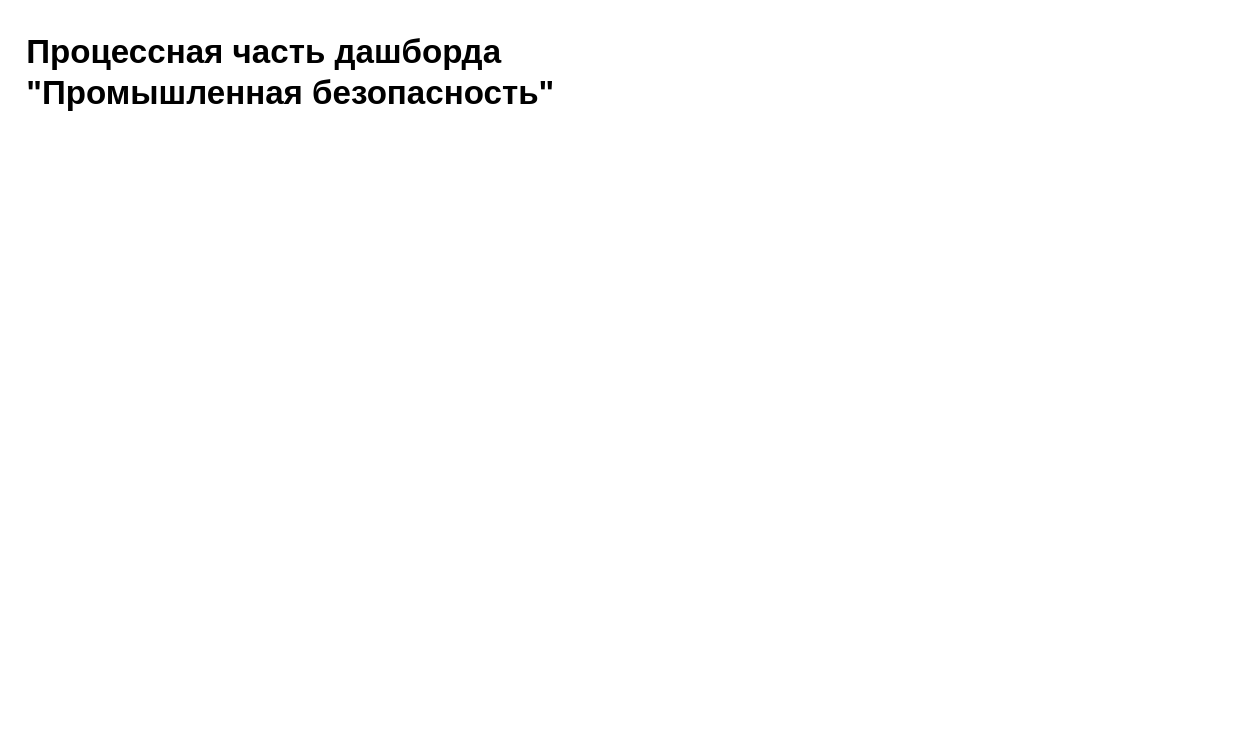
Above: Диаграмма без названияTechHR-29617 Разработать предложение для работы с процессной частью вне дашбордов .drawio in FoggyDisaster/BusinestAnalystDraw (draw.io), before the change. Source tidied: cells renumbered, new cells numbered last; positions are measured from the earlier drawing's top-left corner, leaving out a move shared by most shapes. Both pictures are drawn from the tidied source at 138%, with x=0, y=0 at pixel (23, 23).
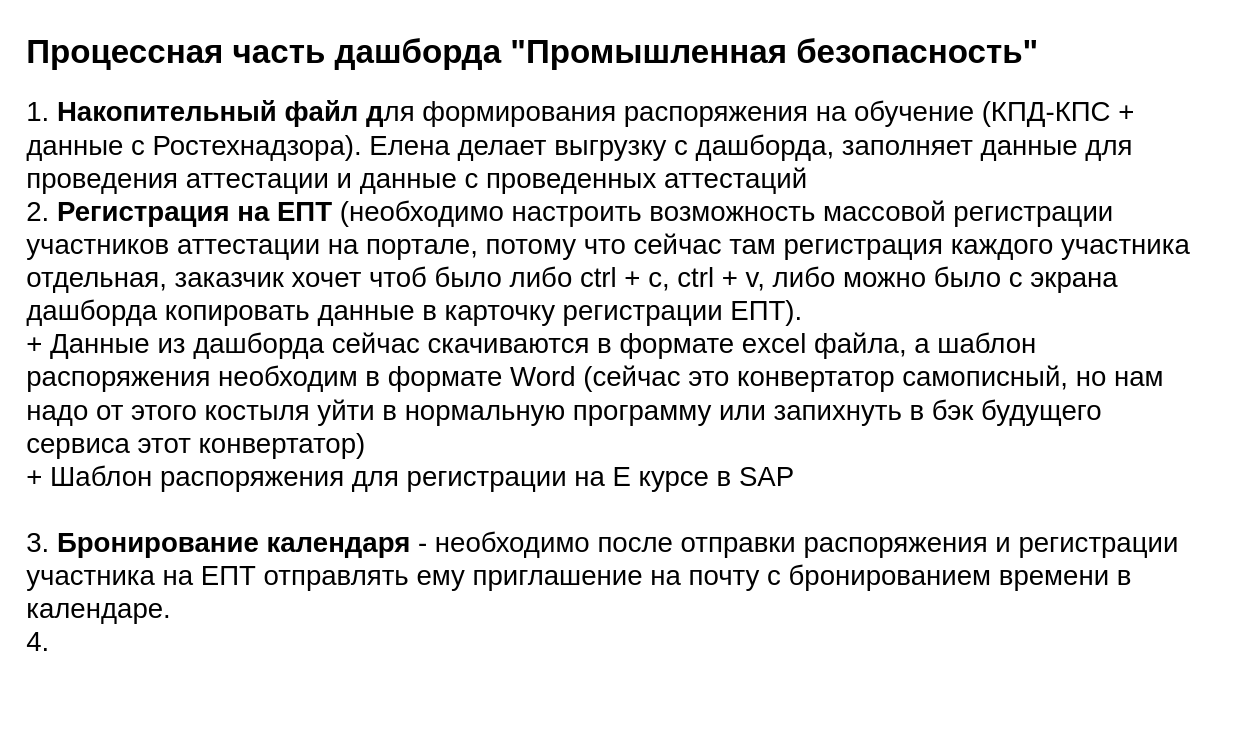
After the change.

The edit, as a diff of the source:
```diff
@@
 <mxGraphModel>
   <root>
     <mxCell id="0" />
     <mxCell id="1" parent="0" />
-    <mxCell id="2" value="&lt;h1 style=&quot;margin-top: 0px;&quot;&gt;Процессная часть дашборда &quot;Промышленная безопасность&quot;&lt;/h1&gt;" style="text;html=1;whiteSpace=wrap;overflow=hidden;rounded=0;" parent="1" vertex="1">
-      <mxGeometry width="440" height="120" as="geometry" />
+    <mxCell id="2" value="&lt;h1 style=&quot;margin-top: 0px;&quot;&gt;Процессная часть дашборда &quot;Промышленная безопасность&quot;&lt;/h1&gt;&lt;div&gt;&lt;font style=&quot;font-size: 20px;&quot;&gt;1.&lt;b&gt; Накопительный файл д&lt;/b&gt;ля формирования распоряжения на обучение (КПД-КПС + данные с Ростехнадзора). Елена делает выгрузку с дашборда, заполняет данные для проведения аттестации и данные с проведенных аттестаций&amp;nbsp;&amp;nbsp;&lt;/font&gt;&lt;/div&gt;&lt;div&gt;&lt;font style=&quot;font-size: 20px;&quot;&gt;2.&lt;b&gt; Регистрация на ЕПТ&lt;/b&gt; (необходимо настроить возможность массовой регистрации участников аттестации на портале, потому что сейчас там регистрация каждого участника отдельная, заказчик хочет чтоб было либо ctrl + c, ctrl + v, либо можно было с экрана дашборда копировать данные в карточку регистрации ЕПТ).&lt;/font&gt;&lt;/div&gt;&lt;div&gt;&lt;font style=&quot;font-size: 20px;&quot;&gt;+ Данные из дашборда сейчас скачиваются в формате excel файла, а шаблон распоряжения необходим в формате Word (сейчас это конвертатор самописный, но нам надо от этого костыля уйти в нормальную программу или запихнуть в бэк будущего сервиса этот конвертатор)&lt;/font&gt;&lt;/div&gt;&lt;div&gt;&lt;font style=&quot;font-size: 20px;&quot;&gt;+ Шаблон распоряжения для регистрации на Е курсе в SAP&lt;/font&gt;&lt;/div&gt;&lt;div&gt;&lt;font style=&quot;font-size: 20px;&quot;&gt;&lt;br&gt;&lt;/font&gt;&lt;/div&gt;&lt;div&gt;&lt;font style=&quot;font-size: 20px;&quot;&gt;3. &lt;b&gt;Бронирование календаря&lt;/b&gt; - необходимо после отправки распоряжения и регистрации участника на ЕПТ отправлять ему приглашение на почту с бронированием времени в календаре.&lt;/font&gt;&lt;/div&gt;&lt;div&gt;&lt;font style=&quot;font-size: 20px;&quot;&gt;4.&amp;nbsp;&lt;/font&gt;&lt;/div&gt;&lt;div&gt;&lt;br&gt;&lt;/div&gt;" style="text;html=1;whiteSpace=wrap;overflow=hidden;rounded=0;" parent="1" vertex="1">
+      <mxGeometry width="860" height="510" as="geometry" />
     </mxCell>
   </root>
 </mxGraphModel>
```
